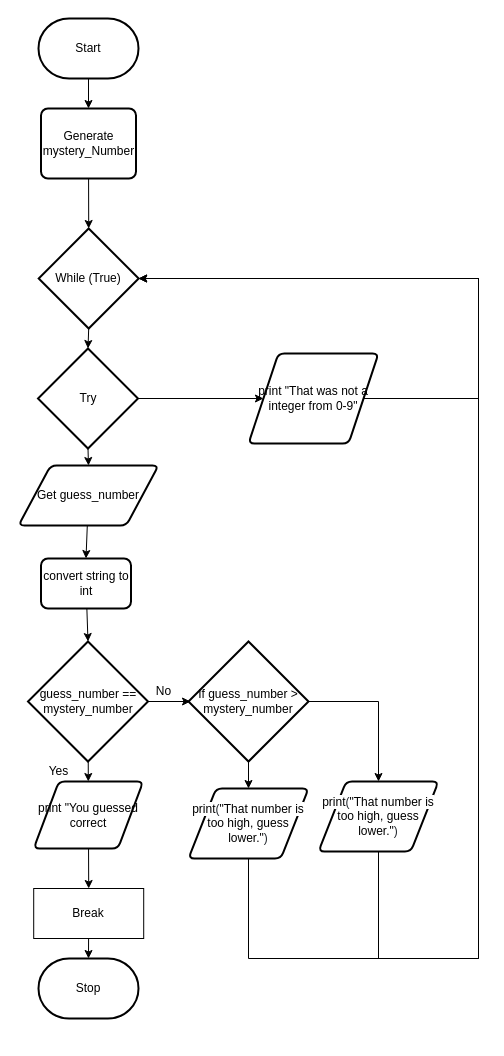
Earlier version of the draw.io diagram Draw.io/Flowchart.drawio (Peter-Gemmell/ICS3U-Unit4-04-Python). Source tidied: cells renumbered, new cells numbered last; positions are measured from the earlier drawing's top-left corner, leaving out a move shared by most shapes. Both pictures are drawn from the tidied source at 100%, with x=0, y=0 at pixel (18, 18).
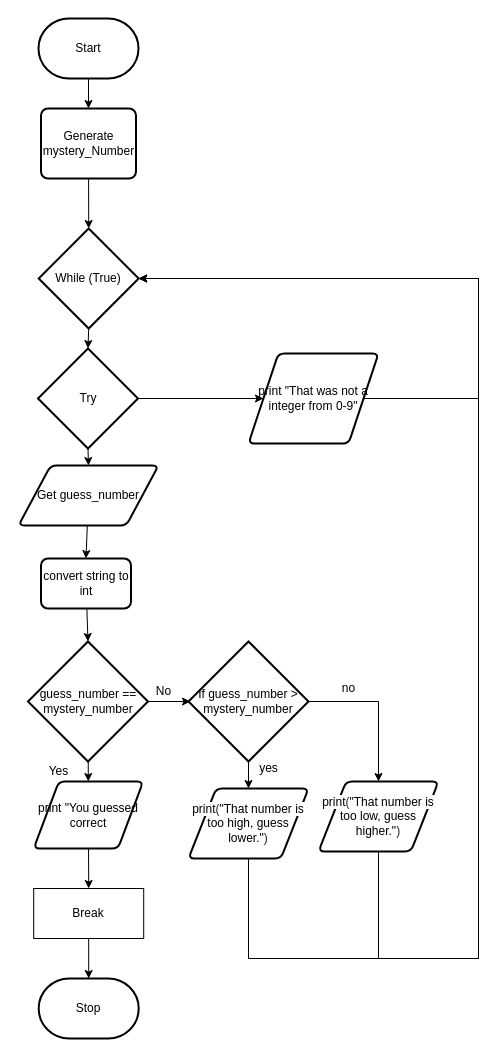
The same diagram, later.

The edit, as a diff of the source:
```diff
@@
     <mxCell id="6" value="Stop" style="strokeWidth=2;html=1;shape=mxgraph.flowchart.terminator;whiteSpace=wrap;" parent="1" vertex="1">
-      <mxGeometry x="20" y="940" width="100" height="60" as="geometry" />
+      <mxGeometry x="20.2" y="960" width="100" height="60" as="geometry" />
     </mxCell>
@@
-    <mxCell id="31" value="&lt;span class=&quot;pl-en&quot; style=&quot;text-align: left ; box-sizing: border-box ; background-color: rgb(255 , 255 , 255)&quot;&gt;&lt;span class=&quot;pl-token&quot; style=&quot;box-sizing: border-box&quot;&gt;print&lt;/span&gt;&lt;/span&gt;&lt;span style=&quot;text-align: left ; color: rgb(36 , 41 , 47) ; background-color: rgb(255 , 255 , 255)&quot;&gt;(&lt;/span&gt;&lt;span class=&quot;pl-s&quot; style=&quot;text-align: left ; box-sizing: border-box ; background-color: rgb(255 , 255 , 255)&quot;&gt;&quot;That number is too high, guess lower.&quot;&lt;/span&gt;&lt;span style=&quot;text-align: left ; color: rgb(36 , 41 , 47) ; background-color: rgb(255 , 255 , 255)&quot;&gt;)&lt;/span&gt;" style="shape=parallelogram;html=1;strokeWidth=2;perimeter=parallelogramPerimeter;whiteSpace=wrap;rounded=1;arcSize=12;size=0.23;" parent="1" vertex="1">
+    <mxCell id="31" value="&lt;span class=&quot;pl-en&quot; style=&quot;text-align: left ; box-sizing: border-box ; background-color: rgb(255 , 255 , 255)&quot;&gt;&lt;span class=&quot;pl-token&quot; style=&quot;box-sizing: border-box&quot;&gt;print&lt;/span&gt;&lt;/span&gt;&lt;span style=&quot;text-align: left ; color: rgb(36 , 41 , 47) ; background-color: rgb(255 , 255 , 255)&quot;&gt;(&lt;/span&gt;&lt;span class=&quot;pl-s&quot; style=&quot;text-align: left ; box-sizing: border-box ; background-color: rgb(255 , 255 , 255)&quot;&gt;&quot;That number is too low, guess higher.&quot;&lt;/span&gt;&lt;span style=&quot;text-align: left ; color: rgb(36 , 41 , 47) ; background-color: rgb(255 , 255 , 255)&quot;&gt;)&lt;/span&gt;" style="shape=parallelogram;html=1;strokeWidth=2;perimeter=parallelogramPerimeter;whiteSpace=wrap;rounded=1;arcSize=12;size=0.23;" parent="1" vertex="1">
       <mxGeometry x="300" y="763" width="120" height="70" as="geometry" />
     </mxCell>
@@
+    <mxCell id="34" value="no" style="text;html=1;align=center;verticalAlign=middle;strokeColor=none;fillColor=none;" parent="1" vertex="1">
+      <mxGeometry x="315" y="660" width="30" height="20" as="geometry" />
+    </mxCell>
+    <mxCell id="35" value="yes" style="text;html=1;align=center;verticalAlign=middle;strokeColor=none;fillColor=none;" parent="1" vertex="1">
+      <mxGeometry x="235" y="740" width="30" height="20" as="geometry" />
+    </mxCell>
```
